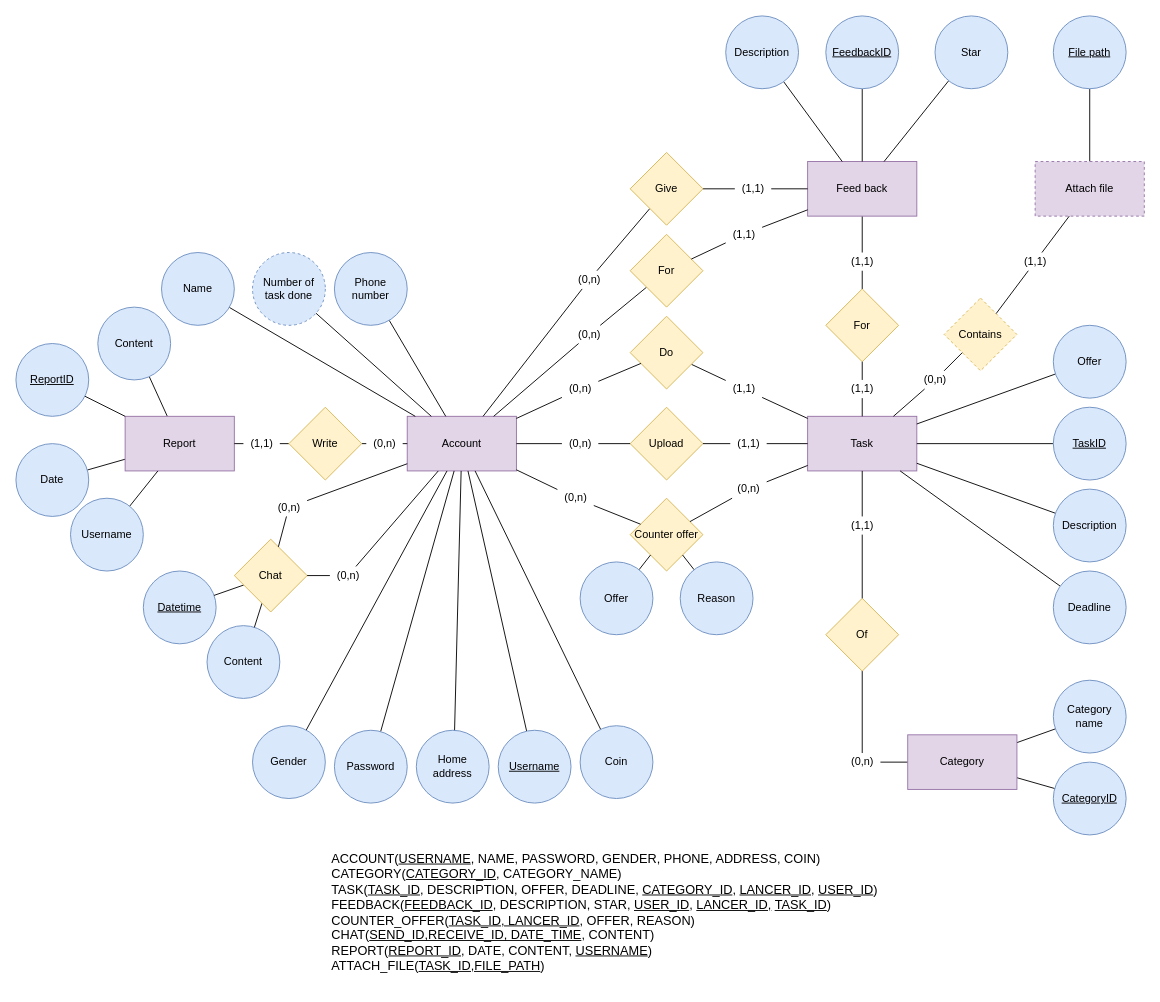
Earlier version of the draw.io diagram docs/analysis and design/ERD.drawio (phuc16102001/beekey). Source tidied: cells renumbered, new cells numbered last; positions are measured from the earlier drawing's top-left corner, leaving out a move shared by most shapes. Both pictures are drawn from the tidied source at 91%, with x=0, y=0 at pixel (15, 15).
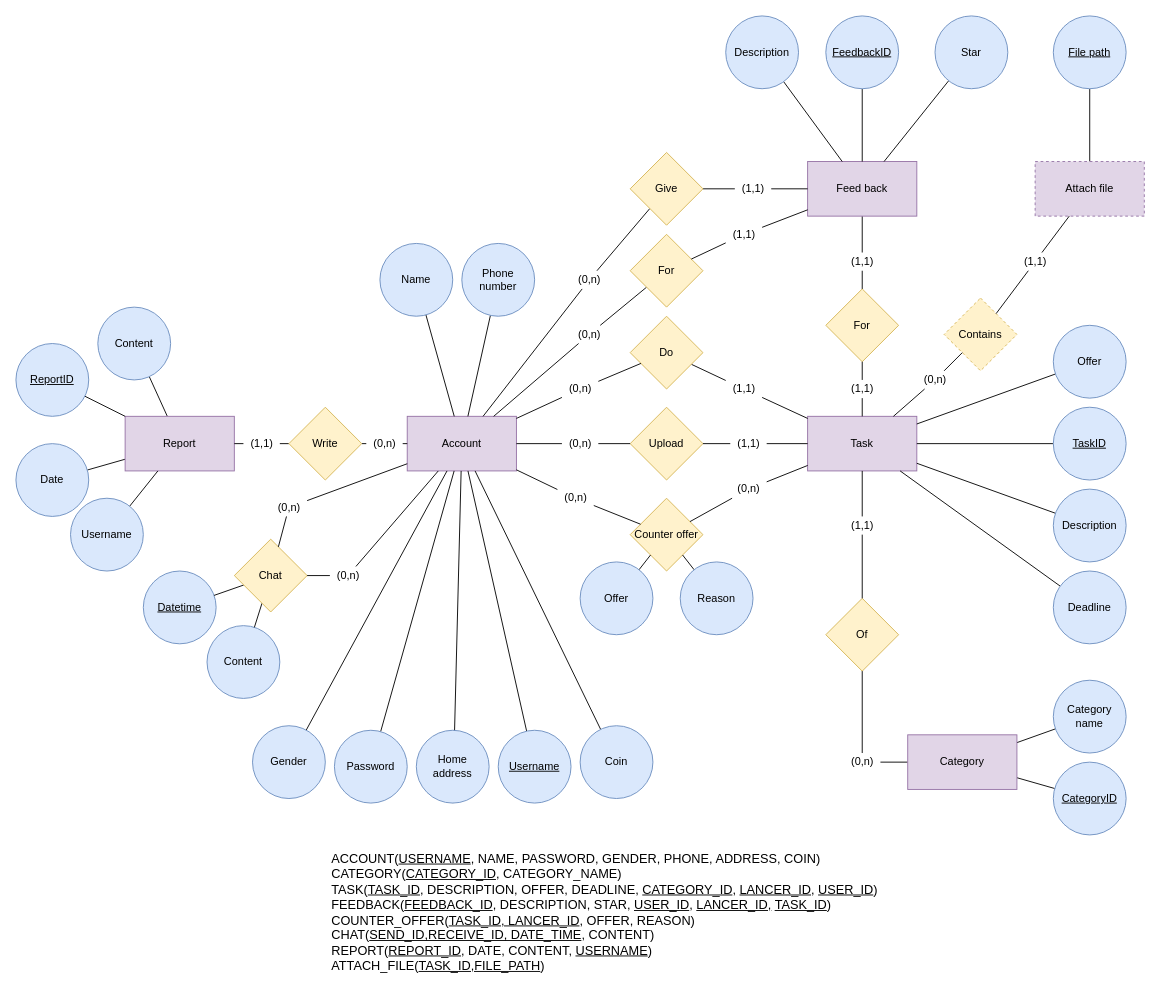
Above is the later version.

Commit message (it also covers changes not shown here):
Create get all category, get task by category API, remove schema of account

Unchanged cells that the change refers to:
```xml
<mxCell id="5" value="Account" style="rounded=0;whiteSpace=wrap;html=1;fillColor=#e1d5e7;strokeColor=#9673a6;" parent="1" vertex="1">
  <mxGeometry x="430" y="440" width="120" height="60" as="geometry" />
</mxCell>
```

The edit, as a diff of the source:
```diff
@@
     <mxCell id="9" value="Phone number" style="ellipse;whiteSpace=wrap;html=1;direction=west;fillColor=#dae8fc;strokeColor=#6c8ebf;" parent="1" vertex="1">
-      <mxGeometry x="350" y="260" width="80" height="80" as="geometry" />
+      <mxGeometry x="490" y="250" width="80" height="80" as="geometry" />
     </mxCell>
@@
-    <mxCell id="65" style="edgeStyle=none;rounded=0;jettySize=auto;html=1;endArrow=none;endFill=0;" parent="1" edge="1" source="66" target="5">
-      <mxGeometry relative="1" as="geometry" />
-    </mxCell>
-    <mxCell id="66" value="Number of task done" style="ellipse;whiteSpace=wrap;html=1;fillColor=#dae8fc;strokeColor=#6c8ebf;dashed=1;" parent="1" vertex="1">
-      <mxGeometry x="260" y="260" width="80" height="80" as="geometry" />
-    </mxCell>
@@
     <mxCell id="128" value="Name" style="ellipse;whiteSpace=wrap;html=1;direction=west;fillColor=#dae8fc;strokeColor=#6c8ebf;" parent="1" vertex="1">
-      <mxGeometry x="160" y="260" width="80" height="80" as="geometry" />
+      <mxGeometry x="400" y="250" width="80" height="80" as="geometry" />
     </mxCell>
```
